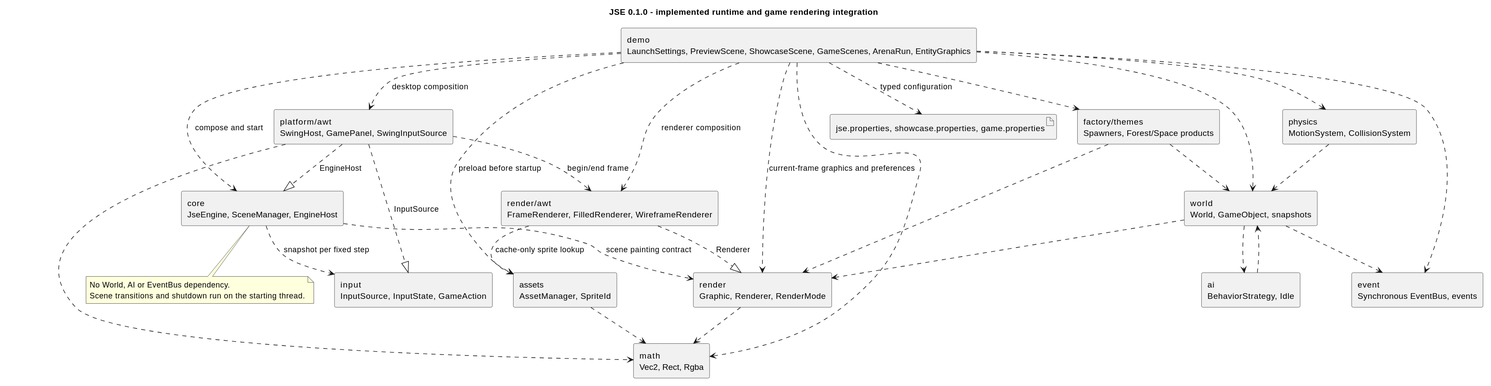
Earlier version of the PlantUML export docs/uml/rendered/runtime-architecture.svg (AlmazCode/JSE).
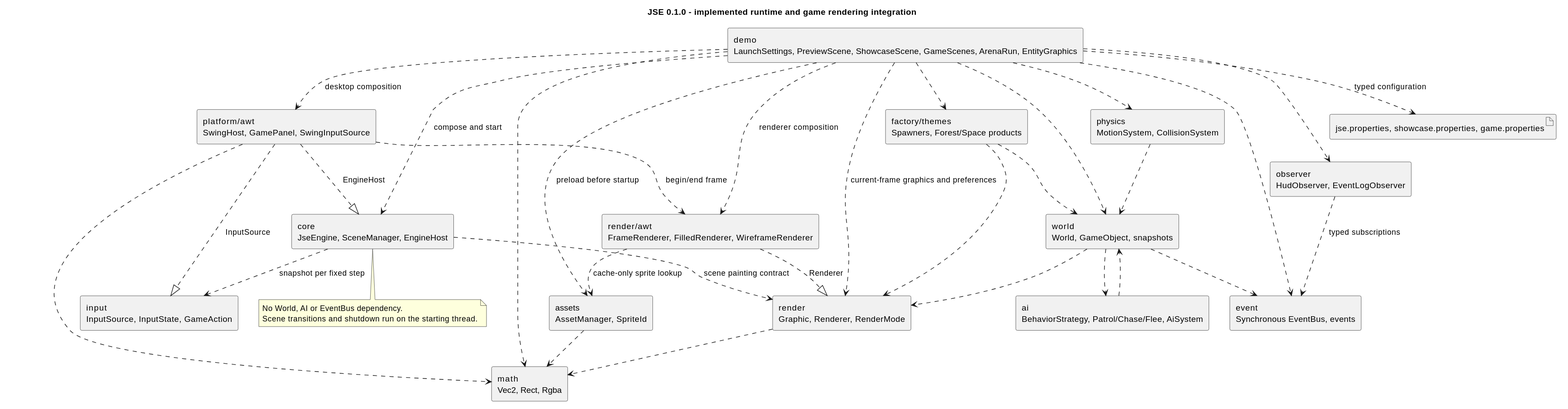
After the change.

What changed in the source:
```diff
@@ -14,7 +14,8 @@
 component "factory/themes\nSpawners, Forest/Space products" as factory
 component "physics\nMotionSystem, CollisionSystem" as physics
 component "event\nSynchronous EventBus, events" as events
-component "ai\nBehaviorStrategy, Idle" as ai
+component "observer\nHudObserver, EventLogObserver" as observers
+component "ai\nBehaviorStrategy, Patrol/Chase/Flee, AiSystem" as ai
 demo ..> settings : typed configuration
 demo ..> core : compose and start
 demo ..> platform : desktop composition
@@ -23,6 +24,8 @@
 demo ..> factory
 demo ..> physics
 demo ..> events
+demo ..> observers
+observers ..> events : typed subscriptions
 factory ..> world
 factory ..> render
 world ..> render
```
